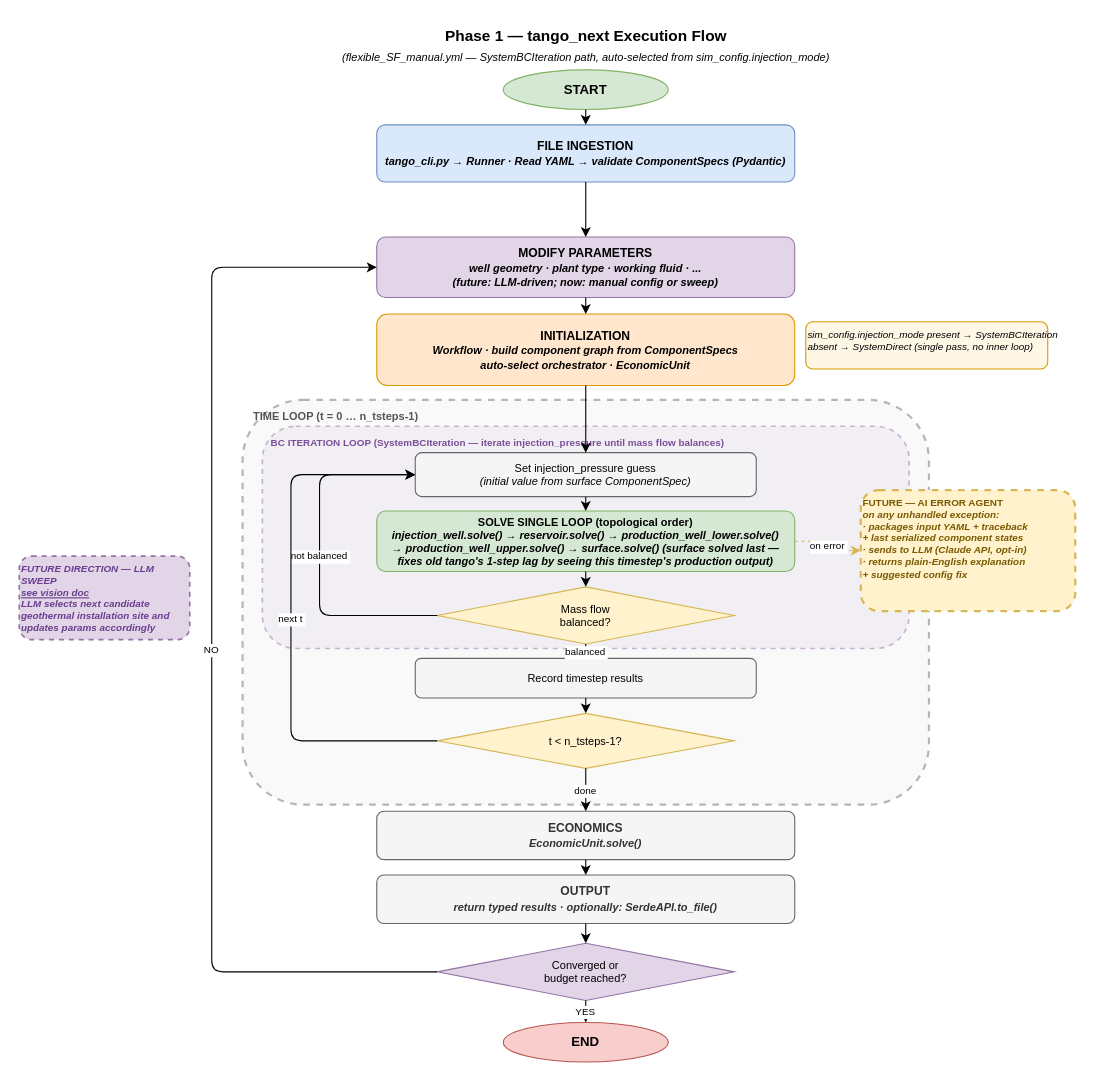
Above: docs/diagrams/src/phase1_execution_flow.drawio in GEG-ETHZ/TANGO-core (draw.io), before the change. Source tidied: cells renumbered, new cells numbered last; positions are measured from the earlier drawing's top-left corner, leaving out a move shared by most shapes. Both pictures are drawn from the tidied source at 110%, with x=0, y=0 at pixel (19, 19).
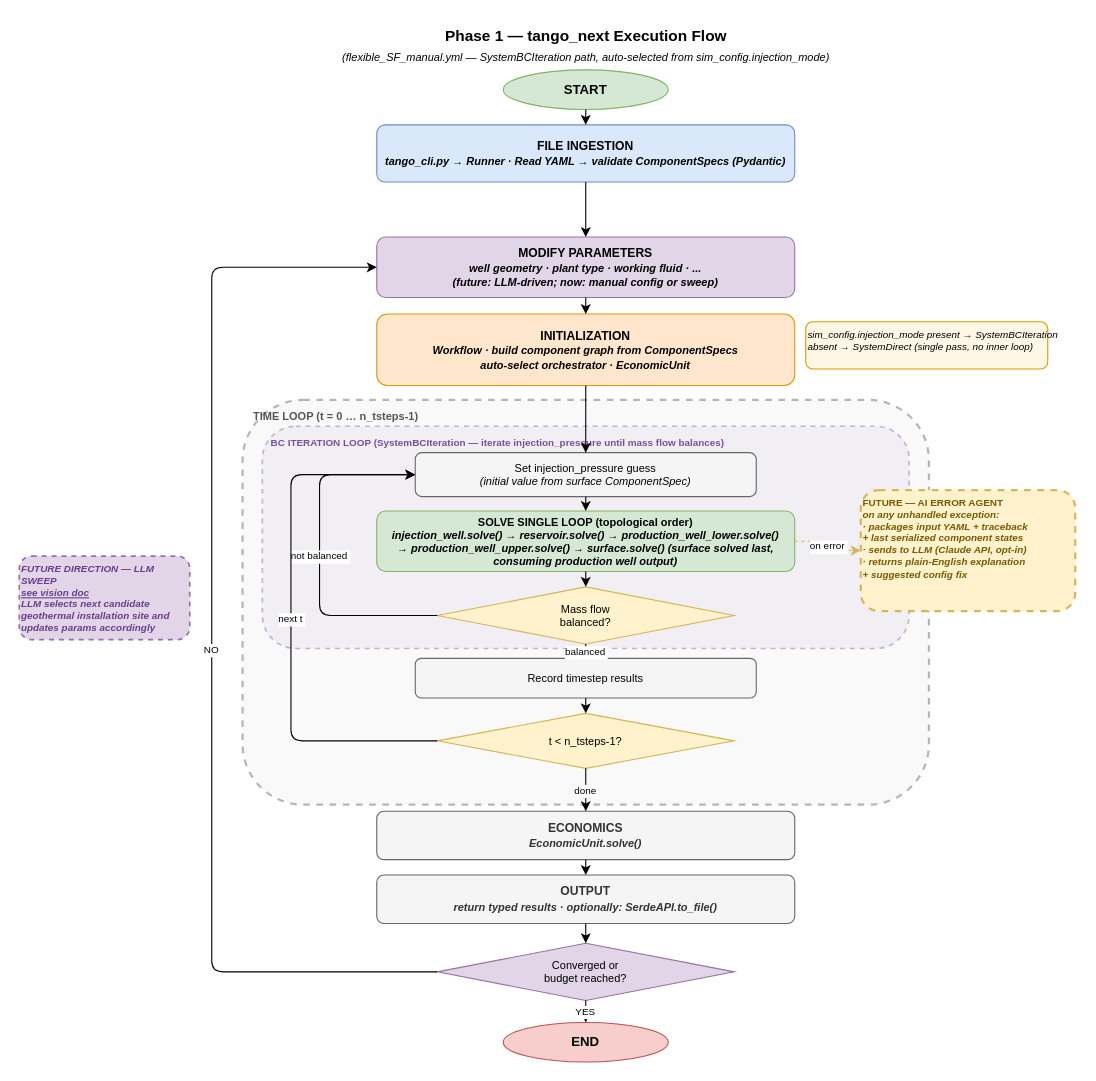
The same diagram, later.

What changed in the source:
```diff
@@
-    <mxCell id="14" value="SOLVE SINGLE LOOP (topological order)&lt;br&gt;&lt;font style=&quot;font-size: 10px;&quot;&gt;&lt;i&gt;injection_well.solve() → reservoir.solve() → production_well_lower.solve()&lt;br&gt;→ production_well_upper.solve() → surface.solve()  (surface solved last —&lt;br&gt;fixes old tango's 1-step lag by seeing this timestep's production output)&lt;/i&gt;&lt;/font&gt;" style="rounded=1;whiteSpace=wrap;html=1;fillColor=#d5e8d4;strokeColor=#82b366;fontSize=10;fontStyle=1;" parent="1" vertex="1">
+    <mxCell id="14" value="SOLVE SINGLE LOOP (topological order)&lt;br&gt;&lt;font style=&quot;font-size: 10px;&quot;&gt;&lt;i&gt;injection_well.solve() → reservoir.solve() → production_well_lower.solve()&lt;br&gt;→ production_well_upper.solve() → surface.solve()  (surface solved last,&lt;br&gt;consuming production well output)&lt;/i&gt;&lt;/font&gt;" style="rounded=1;whiteSpace=wrap;html=1;fillColor=#d5e8d4;strokeColor=#82b366;fontSize=10;fontStyle=1;" parent="1" vertex="1">
       <mxGeometry x="325" y="447" width="380" height="55" as="geometry" />
     </mxCell>
```
